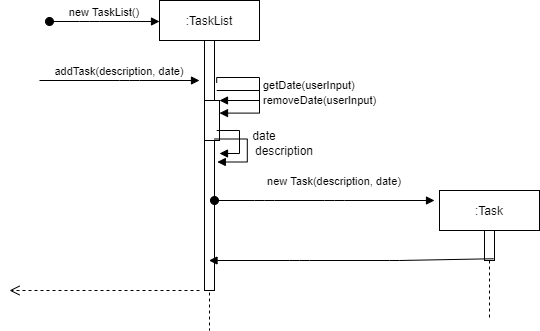
yapjoonsiong/tp keeps this draw.io diagram as docs/media/TaskListSequenceDiagram.png. Above is the earlier version. Source tidied: cells renumbered, new cells last; positions are measured from the earlier drawing's top-left corner, leaving out a move shared by most shapes. Its diagram source:
```xml
<mxGraphModel>
  <root>
    <mxCell id="0" />
    <mxCell id="1" parent="0" />
    <mxCell id="2" value=":TaskList" style="shape=umlLifeline;perimeter=lifelinePerimeter;rounded=0;shadow=0;strokeWidth=1;" parent="1" vertex="1">
      <mxGeometry x="150" width="100" height="330" as="geometry" />
    </mxCell>
    <mxCell id="3" style="points=[];perimeter=orthogonalPerimeter;rounded=0;shadow=0;strokeWidth=1;" parent="2" vertex="1">
      <mxGeometry x="45" y="40" width="10" height="250" as="geometry" />
    </mxCell>
    <mxCell id="4" value="new TaskList()" style="verticalAlign=bottom;startArrow=oval;endArrow=block;startSize=8;shadow=0;strokeWidth=1;" parent="2" edge="1">
      <mxGeometry relative="1" as="geometry">
        <mxPoint x="-110" y="21" as="sourcePoint" />
        <mxPoint y="21" as="targetPoint" />
        <Array as="points">
          <mxPoint x="-70" y="21" />
        </Array>
      </mxGeometry>
    </mxCell>
    <mxCell id="5" style="html=1;points=[];perimeter=orthogonalPerimeter;" parent="2" vertex="1">
      <mxGeometry x="45" y="100" width="15" height="40" as="geometry" />
    </mxCell>
    <mxCell id="6" value="getDate(userInput)" style="edgeStyle=orthogonalEdgeStyle;html=1;align=left;spacingLeft=2;endArrow=block;rounded=0;entryX=1;entryY=0;exitX=1.22;exitY=0.17;exitDx=0;exitDy=0;exitPerimeter=0;" parent="2" edge="1" source="3" target="5">
      <mxGeometry relative="1" as="geometry">
        <Array as="points">
          <mxPoint x="100" y="77" />
          <mxPoint x="100" y="100" />
        </Array>
      </mxGeometry>
    </mxCell>
    <mxCell id="7" style="edgeStyle=orthogonalEdgeStyle;html=1;align=left;spacingLeft=2;endArrow=block;rounded=0;exitX=1.22;exitY=0.17;exitDx=0;exitDy=0;exitPerimeter=0;" parent="2" edge="1">
      <mxGeometry relative="1" as="geometry">
        <mxPoint x="55" y="138.5" as="sourcePoint" />
        <mxPoint x="57.8" y="161.5" as="targetPoint" />
        <Array as="points">
          <mxPoint x="87.8" y="138.5" />
          <mxPoint x="87.8" y="161.5" />
        </Array>
      </mxGeometry>
    </mxCell>
    <mxCell id="8" value="new Task(description, date)" style="verticalAlign=bottom;startArrow=oval;endArrow=block;startSize=8;shadow=0;strokeWidth=1;" parent="2" edge="1">
      <mxGeometry x="0.09" y="10" relative="1" as="geometry">
        <mxPoint x="55" y="200" as="sourcePoint" />
        <mxPoint x="275" y="200" as="targetPoint" />
        <Array as="points">
          <mxPoint x="105" y="200" />
          <mxPoint x="175" y="200" />
        </Array>
      </mxGeometry>
    </mxCell>
    <mxCell id="9" value=":Task" style="shape=umlLifeline;perimeter=lifelinePerimeter;rounded=0;shadow=0;strokeWidth=1;" parent="1" vertex="1">
      <mxGeometry x="430" y="190" width="100" height="130" as="geometry" />
    </mxCell>
    <mxCell id="10" style="perimeter=orthogonalPerimeter;rounded=0;shadow=0;strokeWidth=1;" parent="9" vertex="1">
      <mxGeometry x="45" y="40" width="10" height="30" as="geometry" />
    </mxCell>
    <mxCell id="11" value="addTask(description, date)" style="verticalAlign=bottom;endArrow=block;shadow=0;strokeWidth=1;" parent="1" edge="1">
      <mxGeometry relative="1" as="geometry">
        <mxPoint x="30" y="80" as="sourcePoint" />
        <mxPoint x="190" y="80" as="targetPoint" />
        <Array as="points">
          <mxPoint x="120" y="80" />
        </Array>
      </mxGeometry>
    </mxCell>
    <mxCell id="12" style="verticalAlign=bottom;endArrow=block;shadow=0;strokeWidth=1;exitX=0.54;exitY=0.525;exitDx=0;exitDy=0;exitPerimeter=0;" parent="1" edge="1" source="9" target="2">
      <mxGeometry relative="1" as="geometry">
        <Array as="points">
          <mxPoint x="390" y="260" />
          <mxPoint x="290" y="260" />
        </Array>
      </mxGeometry>
    </mxCell>
    <mxCell id="13" style="edgeStyle=orthogonalEdgeStyle;html=1;align=left;spacingLeft=2;endArrow=block;rounded=0;exitX=1.22;exitY=0.17;exitDx=0;exitDy=0;exitPerimeter=0;" parent="1" edge="1">
      <mxGeometry relative="1" as="geometry">
        <mxPoint x="207.2" y="130" as="sourcePoint" />
        <mxPoint x="210" y="153" as="targetPoint" />
        <Array as="points">
          <mxPoint x="230" y="130" />
          <mxPoint x="230" y="153" />
        </Array>
      </mxGeometry>
    </mxCell>
    <mxCell id="14" value="date" style="text;html=1;strokeColor=none;fillColor=none;align=center;verticalAlign=middle;whiteSpace=wrap;rounded=0;" parent="1" vertex="1">
      <mxGeometry x="230" y="130" width="50" height="10" as="geometry" />
    </mxCell>
    <mxCell id="15" value="removeDate(userInput)" style="edgeStyle=orthogonalEdgeStyle;html=1;align=left;spacingLeft=2;endArrow=block;rounded=0;entryX=1;entryY=0;exitX=1.22;exitY=0.17;exitDx=0;exitDy=0;exitPerimeter=0;" parent="1" edge="1">
      <mxGeometry relative="1" as="geometry">
        <mxPoint x="207.2" y="90" as="sourcePoint" />
        <mxPoint x="210" y="112.6" as="targetPoint" />
        <Array as="points">
          <mxPoint x="250" y="89.6" />
          <mxPoint x="250" y="112.6" />
        </Array>
      </mxGeometry>
    </mxCell>
    <mxCell id="16" value="description" style="text;html=1;strokeColor=none;fillColor=none;align=center;verticalAlign=middle;whiteSpace=wrap;rounded=0;" parent="1" vertex="1">
      <mxGeometry x="250" y="145" width="50" height="10" as="geometry" />
    </mxCell>
    <mxCell id="17" style="html=1;verticalAlign=bottom;endArrow=open;dashed=1;endSize=8;rounded=0;edgeStyle=orthogonalEdgeStyle;" parent="1" edge="1">
      <mxGeometry y="-10" relative="1" as="geometry">
        <mxPoint x="190" y="290" as="sourcePoint" />
        <mxPoint y="290" as="targetPoint" />
        <Array as="points">
          <mxPoint x="80" y="290" />
          <mxPoint x="80" y="290" />
        </Array>
      </mxGeometry>
    </mxCell>
  </root>
</mxGraphModel>
```
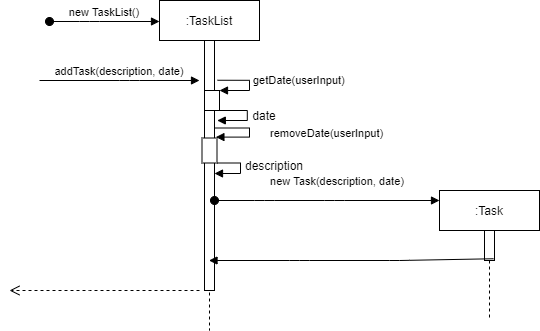
The same file after the commit.

Commit message:
Add and Update sequence diagrams in DG

The edit, as a diff of the source:
```diff
@@ -18,36 +18,60 @@
       </mxGeometry>
     </mxCell>
     <mxCell id="5" style="html=1;points=[];perimeter=orthogonalPerimeter;" parent="2" vertex="1">
-      <mxGeometry x="45" y="100" width="15" height="40" as="geometry" />
+      <mxGeometry x="45" y="90" width="15" height="20" as="geometry" />
     </mxCell>
-    <mxCell id="6" value="getDate(userInput)" style="edgeStyle=orthogonalEdgeStyle;html=1;align=left;spacingLeft=2;endArrow=block;rounded=0;entryX=1;entryY=0;exitX=1.22;exitY=0.17;exitDx=0;exitDy=0;exitPerimeter=0;" parent="2" edge="1" source="3" target="5">
-      <mxGeometry relative="1" as="geometry">
+    <mxCell id="6" value="getDate(userInput)" style="edgeStyle=orthogonalEdgeStyle;html=1;align=left;spacingLeft=2;endArrow=block;rounded=0;exitX=1.3;exitY=0.159;exitDx=0;exitDy=0;exitPerimeter=0;" parent="2" edge="1" source="3">
+      <mxGeometry x="-0.11" relative="1" as="geometry">
+        <mxPoint x="60" y="90" as="targetPoint" />
         <Array as="points">
-          <mxPoint x="100" y="77" />
-          <mxPoint x="100" y="100" />
+          <mxPoint x="90" y="80" />
+          <mxPoint x="90" y="90" />
+          <mxPoint x="60" y="90" />
         </Array>
       </mxGeometry>
     </mxCell>
     <mxCell id="7" style="edgeStyle=orthogonalEdgeStyle;html=1;align=left;spacingLeft=2;endArrow=block;rounded=0;exitX=1.22;exitY=0.17;exitDx=0;exitDy=0;exitPerimeter=0;" parent="2" edge="1">
       <mxGeometry relative="1" as="geometry">
-        <mxPoint x="55" y="138.5" as="sourcePoint" />
-        <mxPoint x="57.8" y="161.5" as="targetPoint" />
+        <mxPoint x="55" y="110" as="sourcePoint" />
+        <mxPoint x="57.8" y="120" as="targetPoint" />
         <Array as="points">
-          <mxPoint x="87.8" y="138.5" />
-          <mxPoint x="87.8" y="161.5" />
+          <mxPoint x="87.8" y="110" />
+          <mxPoint x="87.8" y="120" />
+          <mxPoint x="57.8" y="120" />
         </Array>
       </mxGeometry>
     </mxCell>
     <mxCell id="8" value="new Task(description, date)" style="verticalAlign=bottom;startArrow=oval;endArrow=block;startSize=8;shadow=0;strokeWidth=1;" parent="2" edge="1">
       <mxGeometry x="0.09" y="10" relative="1" as="geometry">
         <mxPoint x="55" y="200" as="sourcePoint" />
-        <mxPoint x="275" y="200" as="targetPoint" />
+        <mxPoint x="280" y="200" as="targetPoint" />
         <Array as="points">
           <mxPoint x="105" y="200" />
           <mxPoint x="175" y="200" />
         </Array>
       </mxGeometry>
     </mxCell>
+    <mxCell id="18" style="html=1;points=[];perimeter=orthogonalPerimeter;" parent="2" vertex="1">
+      <mxGeometry x="42.5" y="137.5" width="15" height="25" as="geometry" />
+    </mxCell>
+    <mxCell id="13" style="edgeStyle=orthogonalEdgeStyle;html=1;align=left;spacingLeft=2;endArrow=block;rounded=0;exitX=1.22;exitY=0.17;exitDx=0;exitDy=0;exitPerimeter=0;" parent="2" edge="1" target="3">
+      <mxGeometry relative="1" as="geometry">
+        <mxPoint x="57.5" y="162.5" as="sourcePoint" />
+        <Array as="points">
+          <mxPoint x="81" y="163" />
+          <mxPoint x="81" y="173" />
+        </Array>
+      </mxGeometry>
+    </mxCell>
+    <mxCell id="15" value="removeDate(userInput)" style="edgeStyle=orthogonalEdgeStyle;html=1;align=left;spacingLeft=2;endArrow=block;rounded=0;entryX=0.927;entryY=-0.036;entryDx=0;entryDy=0;entryPerimeter=0;" parent="2" edge="1" target="18">
+      <mxGeometry x="0.04" y="17" relative="1" as="geometry">
+        <mxPoint x="55" y="127.5" as="sourcePoint" />
+        <Array as="points">
+          <mxPoint x="90" y="128" />
+          <mxPoint x="90" y="137" />
+        </Array>
+      </mxGeometry>
+    </mxCell>
     <mxCell id="9" value=":Task" style="shape=umlLifeline;perimeter=lifelinePerimeter;rounded=0;shadow=0;strokeWidth=1;" parent="1" vertex="1">
       <mxGeometry x="430" y="190" width="100" height="130" as="geometry" />
     </mxCell>
@@ -71,31 +95,11 @@
         </Array>
       </mxGeometry>
     </mxCell>
-    <mxCell id="13" style="edgeStyle=orthogonalEdgeStyle;html=1;align=left;spacingLeft=2;endArrow=block;rounded=0;exitX=1.22;exitY=0.17;exitDx=0;exitDy=0;exitPerimeter=0;" parent="1" edge="1">
-      <mxGeometry relative="1" as="geometry">
-        <mxPoint x="207.2" y="130" as="sourcePoint" />
-        <mxPoint x="210" y="153" as="targetPoint" />
-        <Array as="points">
-          <mxPoint x="230" y="130" />
-          <mxPoint x="230" y="153" />
-        </Array>
-      </mxGeometry>
-    </mxCell>
     <mxCell id="14" value="date" style="text;html=1;strokeColor=none;fillColor=none;align=center;verticalAlign=middle;whiteSpace=wrap;rounded=0;" parent="1" vertex="1">
-      <mxGeometry x="230" y="130" width="50" height="10" as="geometry" />
+      <mxGeometry x="230" y="110" width="50" height="10" as="geometry" />
     </mxCell>
-    <mxCell id="15" value="removeDate(userInput)" style="edgeStyle=orthogonalEdgeStyle;html=1;align=left;spacingLeft=2;endArrow=block;rounded=0;entryX=1;entryY=0;exitX=1.22;exitY=0.17;exitDx=0;exitDy=0;exitPerimeter=0;" parent="1" edge="1">
-      <mxGeometry relative="1" as="geometry">
-        <mxPoint x="207.2" y="90" as="sourcePoint" />
-        <mxPoint x="210" y="112.6" as="targetPoint" />
-        <Array as="points">
-          <mxPoint x="250" y="89.6" />
-          <mxPoint x="250" y="112.6" />
-        </Array>
-      </mxGeometry>
-    </mxCell>
     <mxCell id="16" value="description" style="text;html=1;strokeColor=none;fillColor=none;align=center;verticalAlign=middle;whiteSpace=wrap;rounded=0;" parent="1" vertex="1">
-      <mxGeometry x="250" y="145" width="50" height="10" as="geometry" />
+      <mxGeometry x="240" y="160" width="50" height="10" as="geometry" />
     </mxCell>
     <mxCell id="17" style="html=1;verticalAlign=bottom;endArrow=open;dashed=1;endSize=8;rounded=0;edgeStyle=orthogonalEdgeStyle;" parent="1" edge="1">
       <mxGeometry y="-10" relative="1" as="geometry">
```
